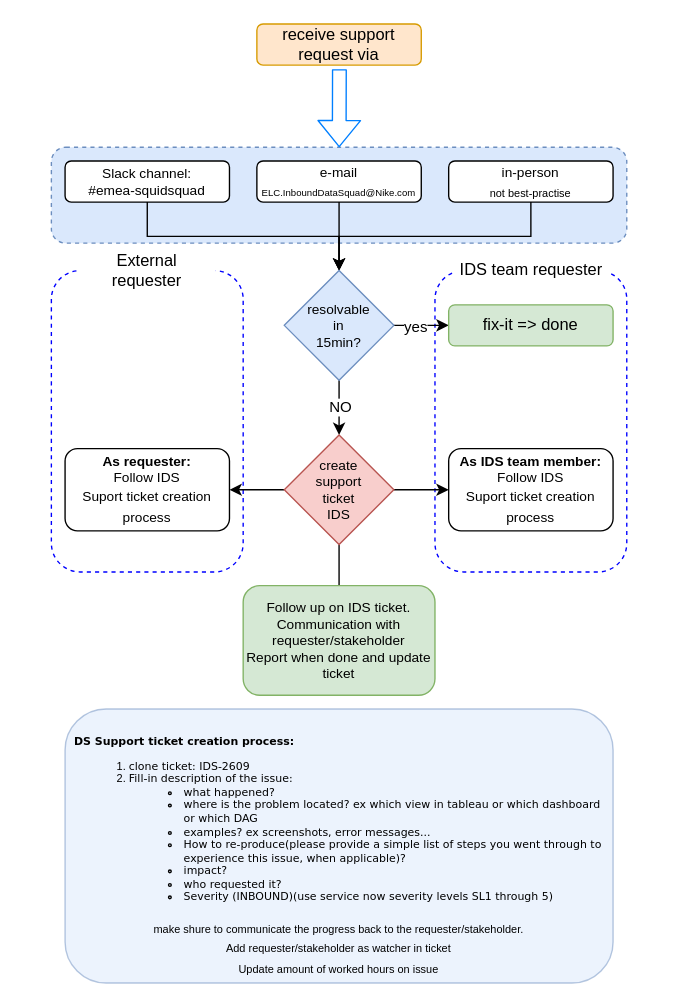
Earlier version of the draw.io diagram support-flow-ids.drawio (Vortex-ict/test-repo). Source tidied: cells renumbered, new cells numbered last; positions are measured from the earlier drawing's top-left corner, leaving out a move shared by most shapes. Both pictures are drawn from the tidied source at 137%, with x=0, y=0 at pixel (23, 23).
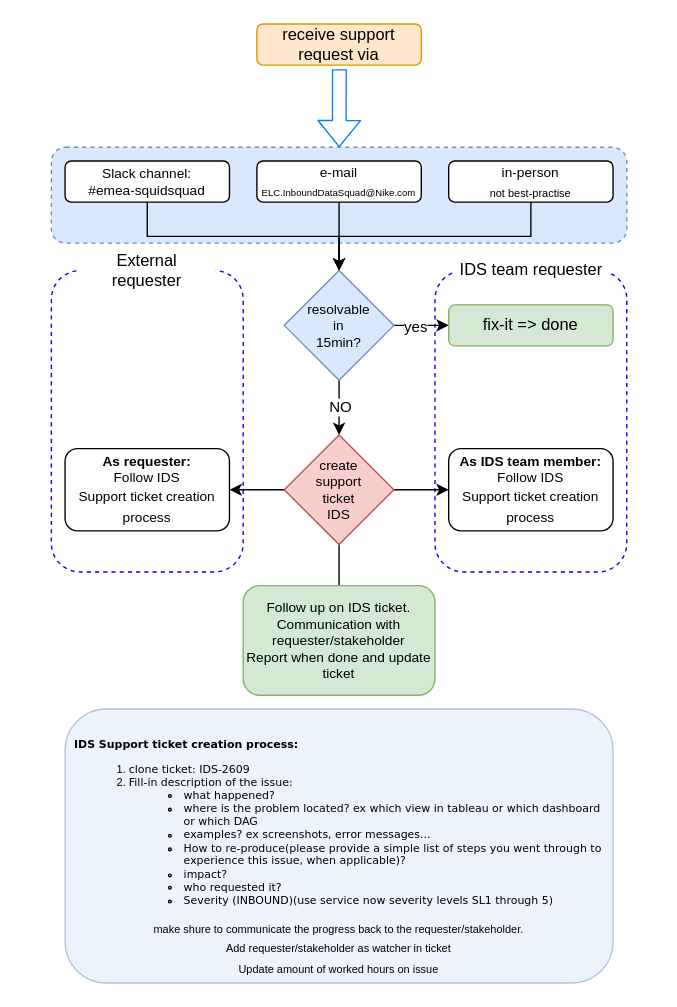
The same page after the edit.

Diff of the diagram source:
```diff
@@
-    <mxCell id="24" value="&lt;div style=&quot;font-size: 10px&quot;&gt;&lt;font style=&quot;font-size: 10px&quot;&gt;&lt;b&gt;As requester:&lt;/b&gt;&lt;br&gt;&lt;/font&gt;&lt;/div&gt;&lt;div style=&quot;font-size: 10px&quot;&gt;&lt;font style=&quot;font-size: 10px&quot;&gt;Follow IDS &lt;/font&gt;&lt;/div&gt;&lt;font style=&quot;font-size: 10px&quot;&gt;Suport ticket creation process&lt;br&gt;&lt;/font&gt;" style="rounded=1;whiteSpace=wrap;html=1;strokeColor=#000000;fillColor=none;" parent="1" vertex="1">
+    <mxCell id="24" value="&lt;div style=&quot;font-size: 10px&quot;&gt;&lt;font style=&quot;font-size: 10px&quot;&gt;&lt;b&gt;As requester:&lt;/b&gt;&lt;br&gt;&lt;/font&gt;&lt;/div&gt;&lt;div style=&quot;font-size: 10px&quot;&gt;&lt;font style=&quot;font-size: 10px&quot;&gt;Follow IDS &lt;/font&gt;&lt;/div&gt;&lt;font style=&quot;font-size: 10px&quot;&gt;Support ticket creation process&lt;br&gt;&lt;/font&gt;" style="rounded=1;whiteSpace=wrap;html=1;strokeColor=#000000;fillColor=none;" parent="1" vertex="1">
       <mxGeometry x="30" y="310" width="120" height="60" as="geometry" />
     </mxCell>
-    <mxCell id="25" value="&lt;div style=&quot;font-size: 10px&quot;&gt;&lt;font style=&quot;font-size: 10px&quot;&gt;&lt;b&gt;As IDS team member:&lt;/b&gt;&lt;br&gt;&lt;/font&gt;&lt;/div&gt;&lt;div style=&quot;font-size: 10px&quot;&gt;&lt;font style=&quot;font-size: 10px&quot;&gt;Follow IDS &lt;/font&gt;&lt;/div&gt;&lt;font style=&quot;font-size: 10px&quot;&gt;Suport ticket creation process&lt;br&gt;&lt;/font&gt;" style="rounded=1;whiteSpace=wrap;html=1;strokeColor=#000000;fillColor=none;" parent="1" vertex="1">
+    <mxCell id="25" value="&lt;div style=&quot;font-size: 10px&quot;&gt;&lt;font style=&quot;font-size: 10px&quot;&gt;&lt;b&gt;As IDS team member:&lt;/b&gt;&lt;br&gt;&lt;/font&gt;&lt;/div&gt;&lt;div style=&quot;font-size: 10px&quot;&gt;&lt;font style=&quot;font-size: 10px&quot;&gt;Follow IDS &lt;/font&gt;&lt;/div&gt;&lt;font style=&quot;font-size: 10px&quot;&gt;Support ticket creation process&lt;br&gt;&lt;/font&gt;" style="rounded=1;whiteSpace=wrap;html=1;strokeColor=#000000;fillColor=none;" parent="1" vertex="1">
       <mxGeometry x="310" y="310" width="120" height="60" as="geometry" />
     </mxCell>
@@
-    <mxCell id="29" value="&lt;div style=&quot;font-size: 8px&quot; align=&quot;left&quot;&gt;&lt;font style=&quot;font-size: 8px&quot; face=&quot;Verdana&quot;&gt;&lt;b&gt;&lt;font style=&quot;font-size: 8px&quot;&gt;&lt;font style=&quot;font-size: 8px&quot;&gt;DS Support ticket creation process:&lt;/font&gt;&lt;/font&gt;&lt;/b&gt;&lt;/font&gt;&lt;/div&gt;&lt;div style=&quot;font-size: 8px&quot; align=&quot;left&quot;&gt;&lt;ol&gt;&lt;li&gt;&lt;font style=&quot;font-size: 8px&quot; face=&quot;Verdana&quot;&gt;clone ticket: IDS-2609&lt;/font&gt;&lt;/li&gt;&lt;li&gt;&lt;font style=&quot;font-size: 8px&quot; face=&quot;Verdana&quot;&gt;Fill-in description of the issue:&lt;/font&gt;&lt;/li&gt;&lt;ul&gt;&lt;li&gt;&lt;font style=&quot;font-size: 8px&quot; face=&quot;Verdana&quot;&gt;what happened?&lt;/font&gt;&lt;/li&gt;&lt;li&gt;&lt;font style=&quot;font-size: 8px&quot; face=&quot;Verdana&quot;&gt;where is the problem located? ex which view in tableau or which dashboard or which DAG&lt;/font&gt;&lt;/li&gt;&lt;li&gt;&lt;font style=&quot;font-size: 8px&quot; face=&quot;Verdana&quot;&gt;examples? ex screenshots, error messages...&lt;/font&gt;&lt;/li&gt;&lt;li&gt;&lt;font style=&quot;font-size: 8px&quot; face=&quot;Verdana&quot;&gt;How to re-produce(please provide a simple list of steps you went through to experience this issue, when applicable)?&lt;/font&gt;&lt;/li&gt;&lt;li&gt;&lt;font style=&quot;font-size: 8px&quot; face=&quot;Verdana&quot;&gt;impact?&lt;/font&gt;&lt;/li&gt;&lt;li&gt;&lt;font style=&quot;font-size: 8px&quot; face=&quot;Verdana&quot;&gt;who requested it?&lt;/font&gt;&lt;/li&gt;&lt;li&gt;&lt;font style=&quot;font-size: 8px&quot; face=&quot;Verdana&quot;&gt;Severity (INBOUND)(use service now severity levels SL1 through 5)&lt;/font&gt;&lt;/li&gt;&lt;/ul&gt;&lt;/ol&gt;&lt;/div&gt;" style="text;html=1;strokeColor=none;fillColor=none;align=left;verticalAlign=middle;whiteSpace=wrap;rounded=0;" parent="1" vertex="1">
+    <mxCell id="29" value="&lt;font style=&quot;font-size: 8px&quot; face=&quot;Verdana&quot;&gt;&lt;b&gt;&lt;font style=&quot;font-size: 8px&quot;&gt;&lt;font style=&quot;font-size: 8px&quot;&gt;IDS Support ticket creation process:&lt;/font&gt;&lt;/font&gt;&lt;/b&gt;&lt;/font&gt;&lt;div style=&quot;font-size: 8px&quot; align=&quot;left&quot;&gt;&lt;ol&gt;&lt;li&gt;&lt;font style=&quot;font-size: 8px&quot; face=&quot;Verdana&quot;&gt;clone ticket: IDS-2609&lt;/font&gt;&lt;/li&gt;&lt;li&gt;&lt;font style=&quot;font-size: 8px&quot; face=&quot;Verdana&quot;&gt;Fill-in description of the issue:&lt;/font&gt;&lt;/li&gt;&lt;ul&gt;&lt;li&gt;&lt;font style=&quot;font-size: 8px&quot; face=&quot;Verdana&quot;&gt;what happened?&lt;/font&gt;&lt;/li&gt;&lt;li&gt;&lt;font style=&quot;font-size: 8px&quot; face=&quot;Verdana&quot;&gt;where is the problem located? ex which view in tableau or which dashboard or which DAG&lt;/font&gt;&lt;/li&gt;&lt;li&gt;&lt;font style=&quot;font-size: 8px&quot; face=&quot;Verdana&quot;&gt;examples? ex screenshots, error messages...&lt;/font&gt;&lt;/li&gt;&lt;li&gt;&lt;font style=&quot;font-size: 8px&quot; face=&quot;Verdana&quot;&gt;How to re-produce(please provide a simple list of steps you went through to experience this issue, when applicable)?&lt;/font&gt;&lt;/li&gt;&lt;li&gt;&lt;font style=&quot;font-size: 8px&quot; face=&quot;Verdana&quot;&gt;impact?&lt;/font&gt;&lt;/li&gt;&lt;li&gt;&lt;font style=&quot;font-size: 8px&quot; face=&quot;Verdana&quot;&gt;who requested it?&lt;/font&gt;&lt;/li&gt;&lt;li&gt;&lt;font style=&quot;font-size: 8px&quot; face=&quot;Verdana&quot;&gt;Severity (INBOUND)(use service now severity levels SL1 through 5)&lt;/font&gt;&lt;/li&gt;&lt;/ul&gt;&lt;/ol&gt;&lt;/div&gt;" style="text;html=1;strokeColor=none;fillColor=none;align=left;verticalAlign=middle;whiteSpace=wrap;rounded=0;" parent="1" vertex="1">
       <mxGeometry x="35" y="510" width="390" height="150" as="geometry" />
     </mxCell>
```
